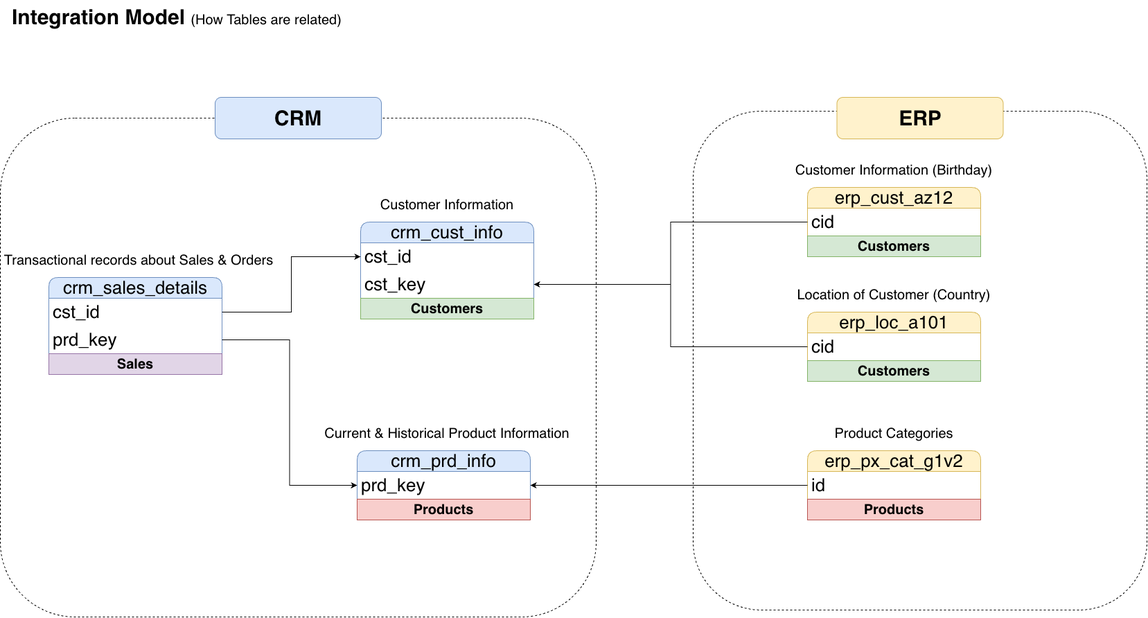
This is docs/Integration_model.png from Fakhruddin-Hussain/data-warehouse-project, a draw.io export, as it was before one commit. Source tidied: cells renumbered, new cells last; positions are measured from the earlier drawing's top-left corner, leaving out a move shared by most shapes. Its diagram source:
```xml
<mxGraphModel>
  <root>
    <mxCell id="0" />
    <mxCell id="1" parent="0" />
    <mxCell id="2" style="rounded=1;whiteSpace=wrap;html=1;roundedPerimeter=1;fillColor=none;dashed=1;" parent="1" vertex="1">
      <mxGeometry x="1000" y="160" width="655" height="720" as="geometry" />
    </mxCell>
    <mxCell id="3" style="rounded=1;whiteSpace=wrap;html=1;roundedPerimeter=1;fillColor=none;dashed=1;" parent="1" vertex="1">
      <mxGeometry y="170" width="860" height="720" as="geometry" />
    </mxCell>
    <mxCell id="4" value="crm_cust_info" style="swimlane;fontStyle=0;horizontal=1;startSize=30;whiteSpace=wrap;html=1;rounded=1;roundedPerimeter=1;fillColor=#dae8fc;strokeColor=#6c8ebf;fontSize=26;" parent="1" vertex="1">
      <mxGeometry x="520" y="320" width="250" height="140" as="geometry" />
    </mxCell>
    <mxCell id="5" value="cst_id" style="text;strokeColor=none;fillColor=none;align=left;verticalAlign=middle;spacingLeft=4;spacingRight=4;overflow=hidden;points=[[0,0.5],[1,0.5]];portConstraint=eastwest;whiteSpace=wrap;html=1;fontSize=26;" parent="4" vertex="1">
      <mxGeometry y="30" width="250" height="40" as="geometry" />
    </mxCell>
    <mxCell id="6" value="cst_key" style="text;strokeColor=none;fillColor=none;align=left;verticalAlign=middle;spacingLeft=4;spacingRight=4;overflow=hidden;points=[[0,0.5],[1,0.5]];portConstraint=eastwest;whiteSpace=wrap;html=1;fontSize=26;" parent="4" vertex="1">
      <mxGeometry y="70" width="250" height="40" as="geometry" />
    </mxCell>
    <mxCell id="7" value="Customers" style="text;html=1;strokeColor=#82b366;fillColor=#d5e8d4;align=center;verticalAlign=middle;whiteSpace=wrap;overflow=hidden;fontSize=20;fontStyle=1;" parent="4" vertex="1">
      <mxGeometry y="110" width="250" height="30" as="geometry" />
    </mxCell>
    <mxCell id="8" value="&lt;font style=&quot;font-size: 20px;&quot;&gt;Customer Information&lt;/font&gt;" style="text;html=1;whiteSpace=wrap;strokeColor=none;fillColor=none;align=center;verticalAlign=middle;rounded=0;" parent="1" vertex="1">
      <mxGeometry x="535" y="280" width="220" height="30" as="geometry" />
    </mxCell>
    <mxCell id="9" value="crm_prd_info" style="swimlane;fontStyle=0;horizontal=1;startSize=30;whiteSpace=wrap;html=1;rounded=1;roundedPerimeter=1;fillColor=#dae8fc;strokeColor=#6c8ebf;fontSize=26;" parent="1" vertex="1">
      <mxGeometry x="515" y="650" width="250" height="100" as="geometry" />
    </mxCell>
    <mxCell id="10" value="prd_key" style="text;strokeColor=none;fillColor=none;align=left;verticalAlign=middle;spacingLeft=4;spacingRight=4;overflow=hidden;points=[[0,0.5],[1,0.5]];portConstraint=eastwest;whiteSpace=wrap;html=1;fontSize=26;" parent="9" vertex="1">
      <mxGeometry y="30" width="250" height="40" as="geometry" />
    </mxCell>
    <mxCell id="11" value="Products" style="text;html=1;strokeColor=#b85450;fillColor=#f8cecc;align=center;verticalAlign=middle;whiteSpace=wrap;overflow=hidden;fontSize=20;fontStyle=1;" parent="9" vertex="1">
      <mxGeometry y="70" width="250" height="30" as="geometry" />
    </mxCell>
    <mxCell id="12" value="&lt;font style=&quot;font-size: 20px;&quot;&gt;Current &amp;amp; Historical Product Information&lt;/font&gt;" style="text;html=1;whiteSpace=wrap;strokeColor=none;fillColor=none;align=center;verticalAlign=middle;rounded=0;" parent="1" vertex="1">
      <mxGeometry x="455" y="610" width="380" height="30" as="geometry" />
    </mxCell>
    <mxCell id="13" value="crm_sales_details" style="swimlane;fontStyle=0;horizontal=1;startSize=30;whiteSpace=wrap;html=1;rounded=1;roundedPerimeter=1;fillColor=#dae8fc;strokeColor=#6c8ebf;fontSize=26;" parent="1" vertex="1">
      <mxGeometry x="70" y="400" width="250" height="140" as="geometry" />
    </mxCell>
    <mxCell id="14" value="cst_id" style="text;strokeColor=none;fillColor=none;align=left;verticalAlign=middle;spacingLeft=4;spacingRight=4;overflow=hidden;points=[[0,0.5],[1,0.5]];portConstraint=eastwest;whiteSpace=wrap;html=1;fontSize=26;" parent="13" vertex="1">
      <mxGeometry y="30" width="250" height="40" as="geometry" />
    </mxCell>
    <mxCell id="15" value="prd_key" style="text;strokeColor=none;fillColor=none;align=left;verticalAlign=middle;spacingLeft=4;spacingRight=4;overflow=hidden;points=[[0,0.5],[1,0.5]];portConstraint=eastwest;whiteSpace=wrap;html=1;fontSize=26;" parent="13" vertex="1">
      <mxGeometry y="70" width="250" height="40" as="geometry" />
    </mxCell>
    <mxCell id="16" value="Sales" style="text;html=1;strokeColor=#9673a6;fillColor=#e1d5e7;align=center;verticalAlign=middle;whiteSpace=wrap;overflow=hidden;fontSize=20;fontStyle=1;" parent="13" vertex="1">
      <mxGeometry y="110" width="250" height="30" as="geometry" />
    </mxCell>
    <mxCell id="17" value="&lt;font style=&quot;font-size: 20px;&quot;&gt;Transactional records about Sales &amp;amp; Orders&lt;/font&gt;" style="text;html=1;whiteSpace=wrap;strokeColor=none;fillColor=none;align=center;verticalAlign=middle;rounded=0;" parent="1" vertex="1">
      <mxGeometry y="360" width="400" height="30" as="geometry" />
    </mxCell>
    <mxCell id="18" style="edgeStyle=orthogonalEdgeStyle;rounded=0;jettySize=auto;html=1;" parent="1" edge="1" source="14" target="5">
      <mxGeometry relative="1" as="geometry" />
    </mxCell>
    <mxCell id="19" style="edgeStyle=orthogonalEdgeStyle;rounded=0;jettySize=auto;html=1;" parent="1" edge="1" source="15" target="10">
      <mxGeometry relative="1" as="geometry" />
    </mxCell>
    <mxCell id="20" value="erp_cust_az12" style="swimlane;fontStyle=0;horizontal=1;startSize=30;whiteSpace=wrap;html=1;rounded=1;roundedPerimeter=1;fillColor=#fff2cc;strokeColor=#d6b656;fontSize=26;" parent="1" vertex="1">
      <mxGeometry x="1165" y="270" width="250" height="100" as="geometry" />
    </mxCell>
    <mxCell id="21" value="cid" style="text;strokeColor=none;fillColor=none;align=left;verticalAlign=middle;spacingLeft=4;spacingRight=4;overflow=hidden;points=[[0,0.5],[1,0.5]];portConstraint=eastwest;whiteSpace=wrap;html=1;fontSize=26;" parent="20" vertex="1">
      <mxGeometry y="30" width="250" height="40" as="geometry" />
    </mxCell>
    <mxCell id="22" value="Customers" style="text;html=1;strokeColor=#82b366;fillColor=#d5e8d4;align=center;verticalAlign=middle;whiteSpace=wrap;overflow=hidden;fontSize=20;fontStyle=1;" parent="20" vertex="1">
      <mxGeometry y="70" width="250" height="30" as="geometry" />
    </mxCell>
    <mxCell id="23" value="&lt;font style=&quot;font-size: 20px;&quot;&gt;Customer Information (Birthday)&lt;/font&gt;" style="text;html=1;whiteSpace=wrap;strokeColor=none;fillColor=none;align=center;verticalAlign=middle;rounded=0;" parent="1" vertex="1">
      <mxGeometry x="1145" y="230" width="290" height="30" as="geometry" />
    </mxCell>
    <mxCell id="24" style="edgeStyle=orthogonalEdgeStyle;rounded=0;jettySize=auto;html=1;" parent="1" edge="1" source="21" target="6">
      <mxGeometry relative="1" as="geometry" />
    </mxCell>
    <mxCell id="25" value="erp_loc_a101" style="swimlane;fontStyle=0;horizontal=1;startSize=30;whiteSpace=wrap;html=1;rounded=1;roundedPerimeter=1;fillColor=#fff2cc;strokeColor=#d6b656;fontSize=26;" parent="1" vertex="1">
      <mxGeometry x="1165" y="450" width="250" height="100" as="geometry" />
    </mxCell>
    <mxCell id="26" value="cid" style="text;strokeColor=none;fillColor=none;align=left;verticalAlign=middle;spacingLeft=4;spacingRight=4;overflow=hidden;points=[[0,0.5],[1,0.5]];portConstraint=eastwest;whiteSpace=wrap;html=1;fontSize=26;" parent="25" vertex="1">
      <mxGeometry y="30" width="250" height="40" as="geometry" />
    </mxCell>
    <mxCell id="27" value="Customers" style="text;html=1;strokeColor=#82b366;fillColor=#d5e8d4;align=center;verticalAlign=middle;whiteSpace=wrap;overflow=hidden;fontSize=20;fontStyle=1;" parent="25" vertex="1">
      <mxGeometry y="70" width="250" height="30" as="geometry" />
    </mxCell>
    <mxCell id="28" value="&lt;font style=&quot;font-size: 20px;&quot;&gt;Location of Customer (Country)&lt;/font&gt;" style="text;html=1;whiteSpace=wrap;strokeColor=none;fillColor=none;align=center;verticalAlign=middle;rounded=0;" parent="1" vertex="1">
      <mxGeometry x="1145" y="410" width="290" height="30" as="geometry" />
    </mxCell>
    <mxCell id="29" style="edgeStyle=orthogonalEdgeStyle;rounded=0;jettySize=auto;html=1;" parent="1" edge="1" source="26" target="6">
      <mxGeometry relative="1" as="geometry" />
    </mxCell>
    <mxCell id="30" value="erp_px_cat_g1v2" style="swimlane;fontStyle=0;horizontal=1;startSize=30;whiteSpace=wrap;html=1;rounded=1;roundedPerimeter=1;fillColor=#fff2cc;strokeColor=#d6b656;fontSize=26;" parent="1" vertex="1">
      <mxGeometry x="1165" y="650" width="250" height="100" as="geometry" />
    </mxCell>
    <mxCell id="31" value="id" style="text;strokeColor=none;fillColor=none;align=left;verticalAlign=middle;spacingLeft=4;spacingRight=4;overflow=hidden;points=[[0,0.5],[1,0.5]];portConstraint=eastwest;whiteSpace=wrap;html=1;fontSize=26;" parent="30" vertex="1">
      <mxGeometry y="30" width="250" height="40" as="geometry" />
    </mxCell>
    <mxCell id="32" value="Products" style="text;html=1;strokeColor=#b85450;fillColor=#f8cecc;align=center;verticalAlign=middle;whiteSpace=wrap;overflow=hidden;fontSize=20;fontStyle=1;" parent="30" vertex="1">
      <mxGeometry y="70" width="250" height="30" as="geometry" />
    </mxCell>
    <mxCell id="33" value="&lt;font style=&quot;font-size: 20px;&quot;&gt;Product Categories&lt;/font&gt;" style="text;html=1;whiteSpace=wrap;strokeColor=none;fillColor=none;align=center;verticalAlign=middle;rounded=0;" parent="1" vertex="1">
      <mxGeometry x="1145" y="610" width="290" height="30" as="geometry" />
    </mxCell>
    <mxCell id="34" style="edgeStyle=orthogonalEdgeStyle;rounded=0;jettySize=auto;html=1;" parent="1" edge="1" source="31" target="10">
      <mxGeometry relative="1" as="geometry" />
    </mxCell>
    <mxCell id="35" value="&lt;h1 style=&quot;margin-top: 0px;&quot;&gt;&lt;font style=&quot;font-size: 30px;&quot;&gt;Integration Model &lt;/font&gt;&lt;span style=&quot;font-size: 20px; background-color: transparent; color: light-dark(rgb(0, 0, 0), rgb(255, 255, 255)); font-weight: normal;&quot;&gt;(How Tables are related)&lt;/span&gt;&lt;/h1&gt;" style="text;html=1;whiteSpace=wrap;overflow=hidden;rounded=0;" parent="1" vertex="1">
      <mxGeometry x="15" width="500" height="120" as="geometry" />
    </mxCell>
    <mxCell id="36" value="&lt;b&gt;&lt;font style=&quot;font-size: 30px;&quot;&gt;CRM&lt;/font&gt;&lt;/b&gt;" style="rounded=1;whiteSpace=wrap;html=1;roundedPerimeter=1;fillColor=#dae8fc;strokeColor=#6c8ebf;" parent="1" vertex="1">
      <mxGeometry x="310" y="140" width="240" height="60" as="geometry" />
    </mxCell>
    <mxCell id="37" value="&lt;b&gt;&lt;font style=&quot;font-size: 30px;&quot;&gt;ERP&lt;/font&gt;&lt;/b&gt;" style="rounded=1;whiteSpace=wrap;html=1;roundedPerimeter=1;fillColor=#fff2cc;strokeColor=#d6b656;" parent="1" vertex="1">
      <mxGeometry x="1207.5" y="140" width="240" height="60" as="geometry" />
    </mxCell>
  </root>
</mxGraphModel>
```
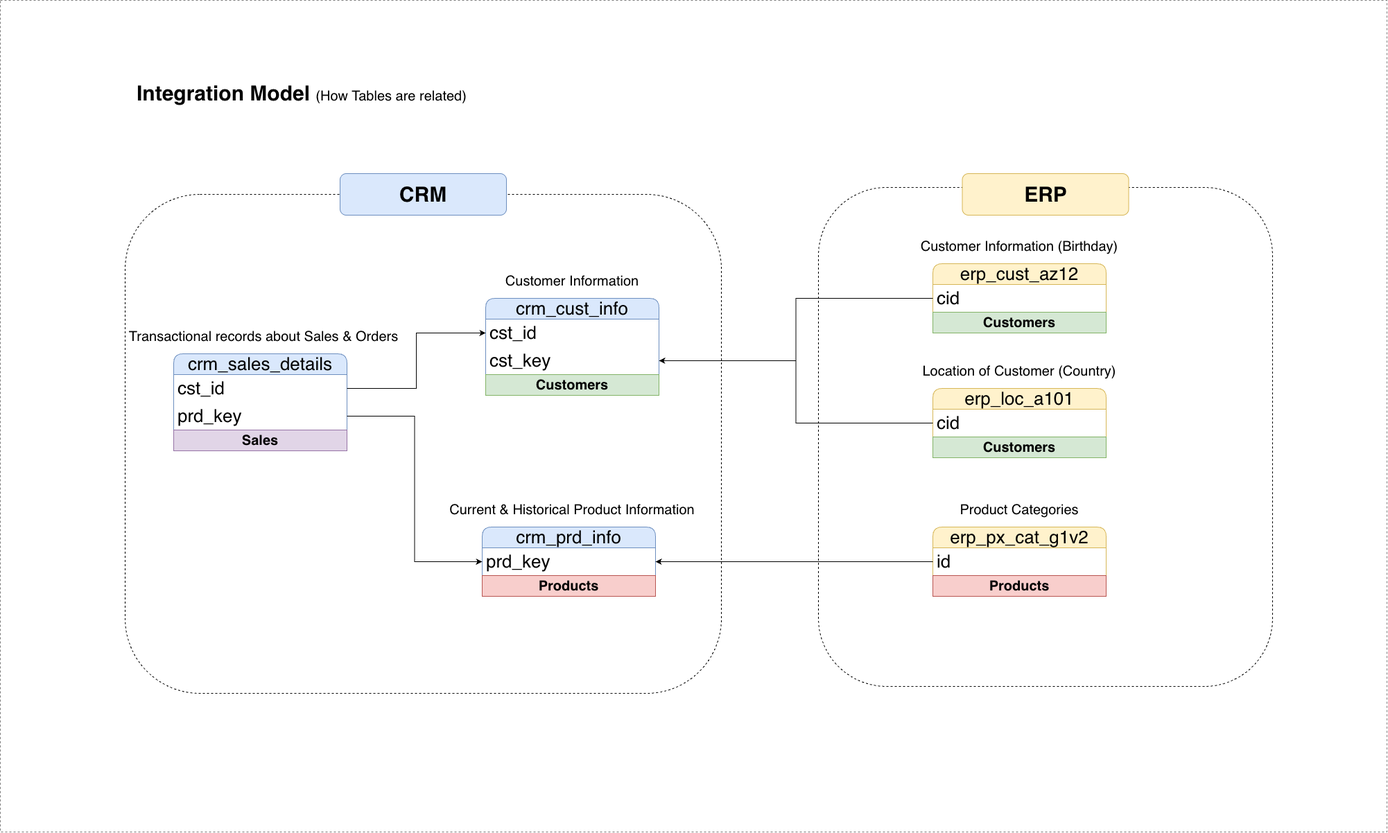
After the commit.

The edit, as a diff of the source:
```diff
@@ -110,5 +110,8 @@
     <mxCell id="37" value="&lt;b&gt;&lt;font style=&quot;font-size: 30px;&quot;&gt;ERP&lt;/font&gt;&lt;/b&gt;" style="rounded=1;whiteSpace=wrap;html=1;roundedPerimeter=1;fillColor=#fff2cc;strokeColor=#d6b656;" parent="1" vertex="1">
       <mxGeometry x="1207.5" y="140" width="240" height="60" as="geometry" />
     </mxCell>
+    <mxCell id="38" style="rounded=0;whiteSpace=wrap;html=1;fillColor=none;dashed=1;strokeColor=light-dark(#7a7a7a, #ededed);" parent="1" vertex="1">
+      <mxGeometry x="-180" y="-110" width="2000" height="1200" as="geometry" />
+    </mxCell>
   </root>
 </mxGraphModel>
```
